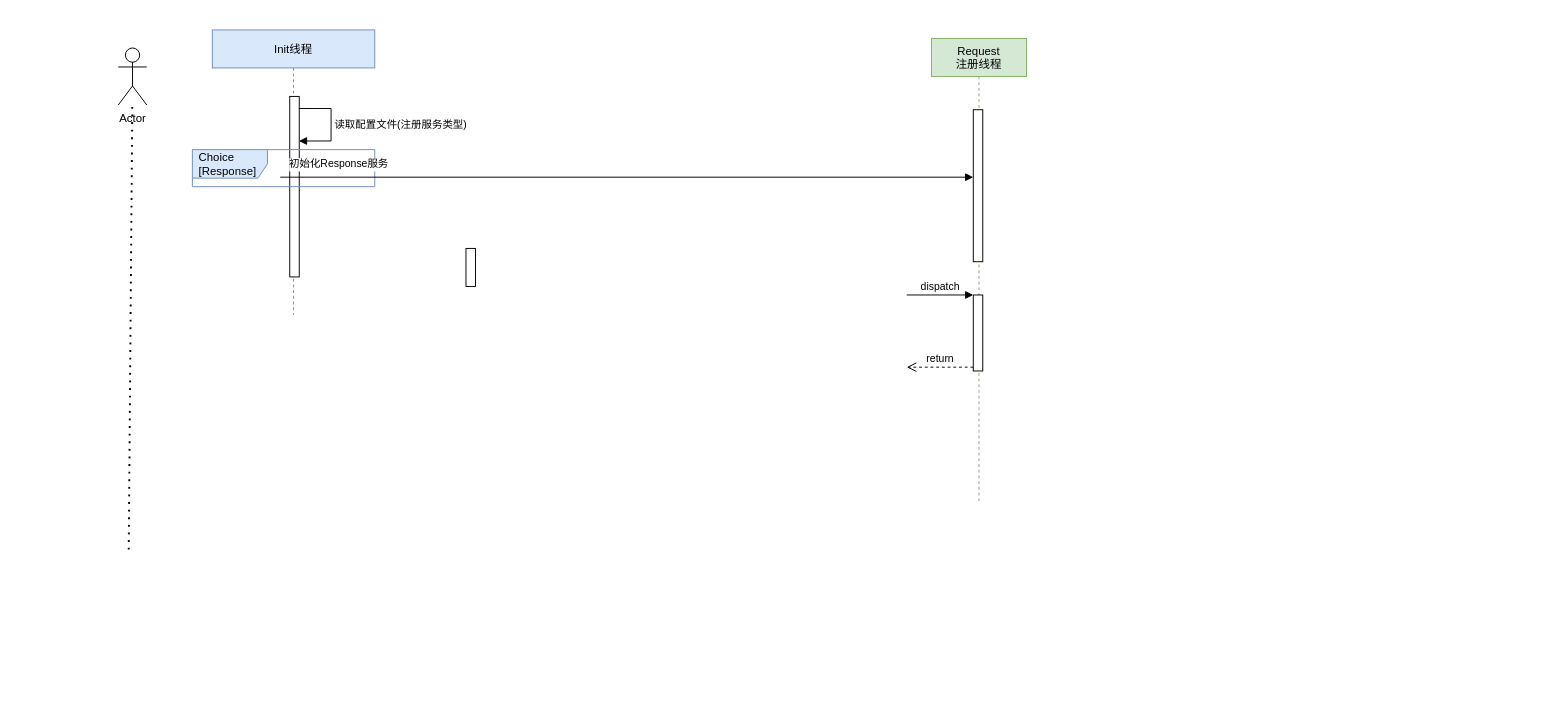
This is 未命名绘图.drawio from JinYingHang/UML, a draw.io file, before an edit. Source tidied: cells renumbered, new cells numbered last; positions are measured from the earlier drawing's top-left corner, leaving out a move shared by most shapes. Both pictures are drawn from the tidied source at 95%, with x=0, y=0 at pixel (118, 29).
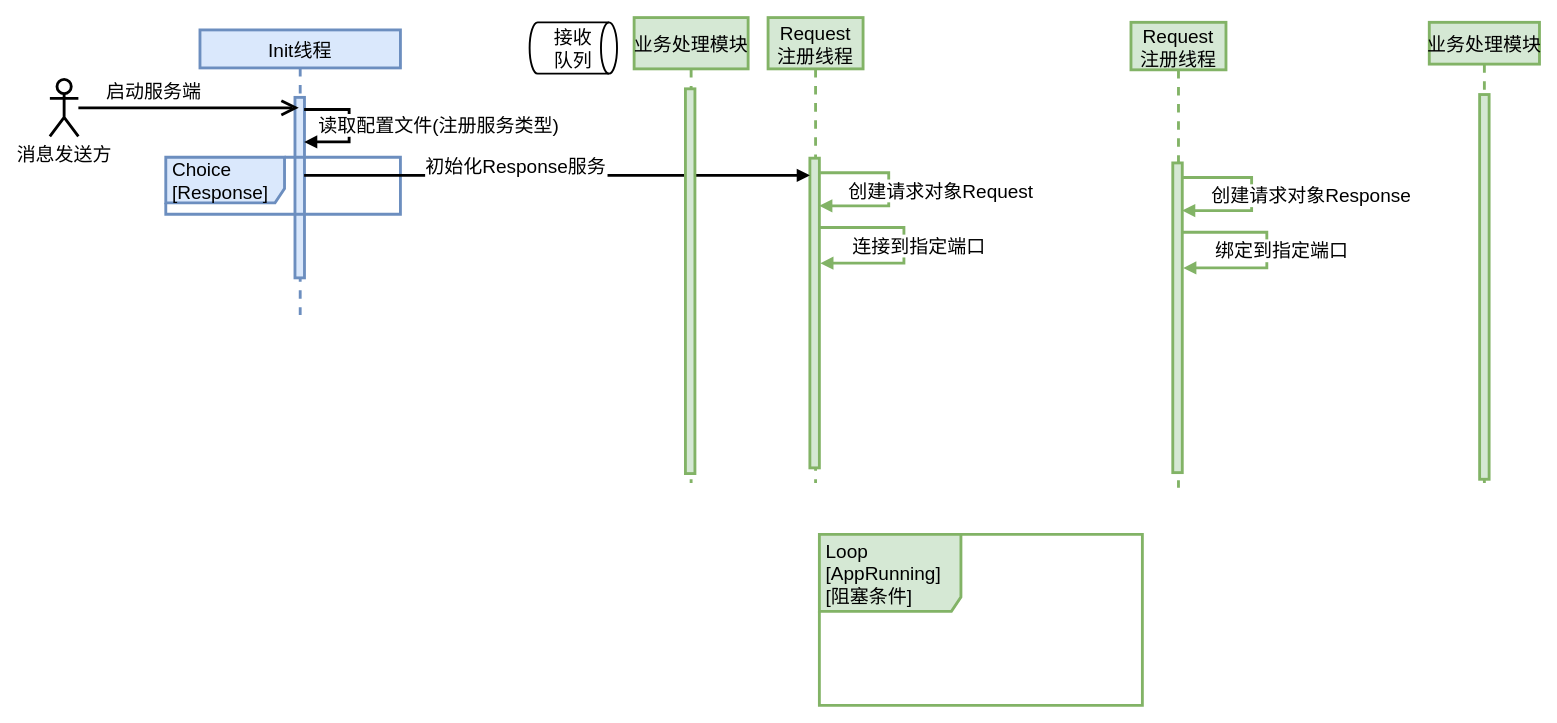
Above is the later version.

Commit message (it also covers changes not shown here):
更新未命名绘图.drawio

The edit, as a diff of the source:
```diff
@@
-    <mxCell id="2" value="Init线程" style="shape=umlLifeline;perimeter=lifelinePerimeter;rounded=0;shadow=0;strokeWidth=1;fillColor=#dae8fc;strokeColor=#6c8ebf;" parent="1" vertex="1">
-      <mxGeometry x="99" width="171" height="300" as="geometry" />
+    <mxCell id="2" value="Init线程" style="shape=umlLifeline;perimeter=lifelinePerimeter;rounded=0;shadow=0;strokeWidth=3;fillColor=#dae8fc;strokeColor=#6c8ebf;fontSize=20;" parent="1" vertex="1">
+      <mxGeometry x="86" width="211" height="300" as="geometry" />
     </mxCell>
-    <mxCell id="3" style="points=[];perimeter=orthogonalPerimeter;rounded=0;shadow=0;strokeWidth=1;" parent="2" vertex="1">
-      <mxGeometry x="81.5" y="70" width="10" height="190" as="geometry" />
+    <mxCell id="3" style="points=[];perimeter=orthogonalPerimeter;rounded=0;shadow=0;strokeWidth=3;fillColor=#dae8fc;strokeColor=#6c8ebf;fontSize=20;" parent="2" vertex="1">
+      <mxGeometry x="100" y="71" width="10" height="190" as="geometry" />
     </mxCell>
-    <mxCell id="4" value="读取配置文件(注册服务类型)" style="edgeStyle=orthogonalEdgeStyle;html=1;align=left;spacingLeft=2;endArrow=block;rounded=0;exitX=0.964;exitY=0.067;exitDx=0;exitDy=0;exitPerimeter=0;entryX=0.964;entryY=0.247;entryDx=0;entryDy=0;entryPerimeter=0;" parent="2" edge="1" source="3" target="3">
-      <mxGeometry relative="1" as="geometry">
+    <mxCell id="4" value="读取配置文件(注册服务类型)" style="edgeStyle=orthogonalEdgeStyle;html=1;align=left;spacingLeft=2;endArrow=block;rounded=0;exitX=0.964;exitY=0.067;exitDx=0;exitDy=0;exitPerimeter=0;entryX=0.964;entryY=0.247;entryDx=0;entryDy=0;entryPerimeter=0;strokeWidth=3;fontSize=20;" parent="2" edge="1" source="3" target="3">
+      <mxGeometry x="-0.82" y="-16" relative="1" as="geometry">
         <Array as="points">
-          <mxPoint x="125" y="83" />
-          <mxPoint x="125" y="117" />
+          <mxPoint x="157" y="84" />
+          <mxPoint x="157" y="118" />
         </Array>
+        <mxPoint x="-1" as="offset" />
       </mxGeometry>
     </mxCell>
-    <mxCell id="5" value="Choice&lt;br&gt;[Response]" style="shape=umlFrame;whiteSpace=wrap;html=1;width=79;height=30;boundedLbl=1;verticalAlign=middle;align=left;spacingLeft=5;rounded=0;shadow=0;glass=0;sketch=0;fillColor=#dae8fc;strokeColor=#6c8ebf;" parent="2" vertex="1">
-      <mxGeometry x="-21" y="126" width="192" height="39" as="geometry" />
+    <mxCell id="5" value="Choice&lt;br style=&quot;font-size: 20px;&quot;&gt;[Response]" style="shape=umlFrame;whiteSpace=wrap;html=1;width=125;height=48;boundedLbl=1;verticalAlign=middle;align=left;spacingLeft=5;rounded=0;shadow=0;glass=0;sketch=0;fillColor=#dae8fc;strokeColor=#6c8ebf;strokeWidth=3;fontSize=20;" parent="2" vertex="1">
+      <mxGeometry x="-36" y="134" width="247" height="60" as="geometry" />
     </mxCell>
-    <mxCell id="6" value="Request&#10;注册线程" style="shape=umlLifeline;perimeter=lifelinePerimeter;rounded=0;shadow=0;strokeWidth=1;fillColor=#d5e8d4;strokeColor=#82b366;glass=0;sketch=0;" parent="1" vertex="1">
-      <mxGeometry x="856" y="9" width="100" height="490" as="geometry" />
+    <mxCell id="6" value="Request&#10;注册线程" style="shape=umlLifeline;perimeter=lifelinePerimeter;rounded=0;shadow=0;strokeWidth=3;fillColor=#d5e8d4;strokeColor=#82b366;glass=0;sketch=0;fontSize=20;size=54;" parent="1" vertex="1">
+      <mxGeometry x="684" y="-13" width="100" height="490" as="geometry" />
     </mxCell>
-    <mxCell id="7" style="points=[];perimeter=orthogonalPerimeter;rounded=0;shadow=0;strokeWidth=1;" parent="6" vertex="1">
-      <mxGeometry x="44" y="75" width="10" height="160" as="geometry" />
+    <mxCell id="7" style="points=[];perimeter=orthogonalPerimeter;rounded=0;shadow=0;strokeWidth=3;fillColor=#d5e8d4;strokeColor=#82b366;fontSize=20;" parent="6" vertex="1">
+      <mxGeometry x="44" y="148" width="10" height="326" as="geometry" />
     </mxCell>
-    <mxCell id="8" style="html=1;points=[];perimeter=orthogonalPerimeter;" parent="6" vertex="1">
-      <mxGeometry x="44" y="270" width="10" height="80" as="geometry" />
-    </mxCell>
-    <mxCell id="9" value="dispatch" style="html=1;verticalAlign=bottom;endArrow=block;entryX=0;entryY=0;rounded=0;" parent="6" edge="1" target="8">
-      <mxGeometry relative="1" as="geometry">
-        <mxPoint x="-26" y="270" as="sourcePoint" />
-      </mxGeometry>
-    </mxCell>
-    <mxCell id="10" value="return" style="html=1;verticalAlign=bottom;endArrow=open;dashed=1;endSize=8;exitX=0;exitY=0.95;rounded=0;" parent="6" edge="1" source="8">
-      <mxGeometry relative="1" as="geometry">
-        <mxPoint x="-26" y="346" as="targetPoint" />
-      </mxGeometry>
-    </mxCell>
+    <mxCell id="15" value="创建请求对象Request" style="edgeStyle=orthogonalEdgeStyle;html=1;align=left;spacingLeft=2;endArrow=block;rounded=0;exitX=1.081;exitY=0.047;exitDx=0;exitDy=0;exitPerimeter=0;entryX=0.985;entryY=0.154;entryDx=0;entryDy=0;entryPerimeter=0;fillColor=#d5e8d4;strokeColor=#82b366;strokeWidth=3;fontSize=20;" parent="6" edge="1" source="7" target="7">
+      <mxGeometry x="0.7" y="-16" relative="1" as="geometry">
+        <Array as="points">
+          <mxPoint x="127" y="163" />
+          <mxPoint x="127" y="198" />
+        </Array>
+      </mxGeometry>
+    </mxCell>
+    <mxCell id="16" value="连接到指定端口" style="edgeStyle=orthogonalEdgeStyle;html=1;align=left;spacingLeft=2;endArrow=block;rounded=0;fillColor=#d5e8d4;strokeColor=#82b366;strokeWidth=3;exitX=1.071;exitY=0.224;exitDx=0;exitDy=0;exitPerimeter=0;entryX=1.1;entryY=0.339;entryDx=0;entryDy=0;entryPerimeter=0;fontSize=20;" parent="6" edge="1" source="7" target="7">
+      <mxGeometry x="0.72" y="-19" relative="1" as="geometry">
+        <Array as="points">
+          <mxPoint x="143" y="221" />
+          <mxPoint x="143" y="259" />
+        </Array>
+      </mxGeometry>
+    </mxCell>
-    <mxCell id="11" value="初始化Response服务" style="verticalAlign=bottom;endArrow=block;entryX=0;entryY=0;shadow=0;strokeWidth=1;" parent="1" edge="1">
-      <mxGeometry x="-0.83" y="5" relative="1" as="geometry">
-        <mxPoint x="170.5" y="155" as="sourcePoint" />
-        <mxPoint x="900" y="155" as="targetPoint" />
+    <mxCell id="11" value="初始化Response服务" style="verticalAlign=bottom;endArrow=block;shadow=0;strokeWidth=3;exitX=0.963;exitY=0.432;exitDx=0;exitDy=0;exitPerimeter=0;fontSize=20;" parent="1" edge="1" source="3" target="7">
+      <mxGeometry x="-0.16" y="-3" relative="1" as="geometry">
+        <mxPoint x="-1" as="offset" />
       </mxGeometry>
     </mxCell>
-    <mxCell id="12" value="Actor" style="shape=umlActor;verticalLabelPosition=bottom;verticalAlign=top;html=1;rounded=0;shadow=0;glass=0;sketch=0;" parent="1" vertex="1">
-      <mxGeometry y="19" width="30" height="60" as="geometry" />
+    <mxCell id="12" value="消息发送方" style="shape=umlActor;verticalLabelPosition=bottom;verticalAlign=top;html=1;rounded=0;shadow=0;glass=0;sketch=0;strokeWidth=3;fontSize=20;" parent="1" vertex="1">
+      <mxGeometry x="-72" y="52" width="30" height="60" as="geometry" />
     </mxCell>
-    <mxCell id="13" style="endArrow=none;dashed=1;html=1;dashPattern=1 3;strokeWidth=2;rounded=0;" parent="1" edge="1" target="12">
-      <mxGeometry relative="1" as="geometry">
-        <mxPoint x="11" y="547" as="sourcePoint" />
-      </mxGeometry>
-    </mxCell>
-    <mxCell id="14" style="html=1;perimeter=orthogonalPerimeter;rounded=0;shadow=0;glass=0;sketch=0;" parent="1" vertex="1">
-      <mxGeometry x="366" y="230" width="10" height="40" as="geometry" />
-    </mxCell>
+    <mxCell id="17" style="endArrow=open;endFill=1;endSize=12;html=1;rounded=0;strokeWidth=3;fontSize=20;" parent="1" edge="1" source="12" target="2">
+      <mxGeometry relative="1" as="geometry" />
+    </mxCell>
+    <mxCell id="18" value="启动服务端" style="text;html=1;align=center;verticalAlign=middle;strokeColor=none;fillColor=none;strokeWidth=3;fontSize=20;" parent="1" vertex="1">
+      <mxGeometry x="-22" y="46" width="118" height="36" as="geometry" />
+    </mxCell>
+    <mxCell id="19" value="业务处理模块" style="shape=umlLifeline;perimeter=lifelinePerimeter;rounded=0;shadow=0;strokeWidth=3;fillColor=#d5e8d4;strokeColor=#82b366;glass=0;sketch=0;fontSize=20;size=54;" parent="1" vertex="1">
+      <mxGeometry x="543" y="-13" width="120" height="490" as="geometry" />
+    </mxCell>
+    <mxCell id="20" style="perimeter=orthogonalPerimeter;rounded=0;shadow=0;strokeWidth=3;fillColor=#d5e8d4;strokeColor=#82b366;fontSize=20;" parent="19" vertex="1">
+      <mxGeometry x="54" y="75" width="10" height="405" as="geometry" />
+    </mxCell>
+    <mxCell id="21" value="接收&lt;br&gt;队列" style="strokeWidth=2;html=1;shape=mxgraph.flowchart.direct_data;whiteSpace=wrap;rounded=0;shadow=0;glass=0;sketch=0;fontSize=20;" parent="1" vertex="1">
+      <mxGeometry x="433" y="-8" width="92" height="54" as="geometry" />
+    </mxCell>
+    <mxCell id="22" value="Request&#10;注册线程" style="shape=umlLifeline;perimeter=lifelinePerimeter;rounded=0;shadow=0;strokeWidth=3;fillColor=#d5e8d4;strokeColor=#82b366;glass=0;sketch=0;fontSize=20;size=50;" parent="1" vertex="1">
+      <mxGeometry x="1066" y="-8" width="100" height="490" as="geometry" />
+    </mxCell>
+    <mxCell id="23" style="points=[];perimeter=orthogonalPerimeter;rounded=0;shadow=0;strokeWidth=3;fillColor=#d5e8d4;strokeColor=#82b366;fontSize=20;" parent="22" vertex="1">
+      <mxGeometry x="44" y="148" width="10" height="326" as="geometry" />
+    </mxCell>
+    <mxCell id="24" value="创建请求对象Response" style="edgeStyle=orthogonalEdgeStyle;html=1;align=left;spacingLeft=2;endArrow=block;rounded=0;exitX=1.081;exitY=0.047;exitDx=0;exitDy=0;exitPerimeter=0;entryX=0.985;entryY=0.154;entryDx=0;entryDy=0;entryPerimeter=0;fillColor=#d5e8d4;strokeColor=#82b366;strokeWidth=3;fontSize=20;" parent="22" edge="1" source="23" target="23">
+      <mxGeometry x="0.7" y="-16" relative="1" as="geometry">
+        <Array as="points">
+          <mxPoint x="127" y="163" />
+          <mxPoint x="127" y="198" />
+        </Array>
+      </mxGeometry>
+    </mxCell>
+    <mxCell id="25" value="绑定到指定端口" style="edgeStyle=orthogonalEdgeStyle;html=1;align=left;spacingLeft=2;endArrow=block;rounded=0;fillColor=#d5e8d4;strokeColor=#82b366;strokeWidth=3;exitX=1.071;exitY=0.224;exitDx=0;exitDy=0;exitPerimeter=0;entryX=1.1;entryY=0.339;entryDx=0;entryDy=0;entryPerimeter=0;fontSize=20;" parent="22" edge="1" source="23" target="23">
+      <mxGeometry x="0.72" y="-19" relative="1" as="geometry">
+        <Array as="points">
+          <mxPoint x="143" y="221" />
+          <mxPoint x="143" y="259" />
+        </Array>
+      </mxGeometry>
+    </mxCell>
+    <mxCell id="26" value="业务处理模块" style="shape=umlLifeline;perimeter=lifelinePerimeter;rounded=0;shadow=0;strokeWidth=3;fillColor=#d5e8d4;strokeColor=#82b366;glass=0;sketch=0;fontSize=20;size=44;" parent="1" vertex="1">
+      <mxGeometry x="1380" y="-8" width="116" height="490" as="geometry" />
+    </mxCell>
+    <mxCell id="27" style="perimeter=orthogonalPerimeter;rounded=0;shadow=0;strokeWidth=3;fillColor=#d5e8d4;strokeColor=#82b366;fontSize=20;" parent="26" vertex="1">
+      <mxGeometry x="53" y="76" width="10" height="405" as="geometry" />
+    </mxCell>
+    <mxCell id="28" value="Loop&lt;br&gt;[AppRunning]&lt;br&gt;[阻塞条件]" style="shape=umlFrame;whiteSpace=wrap;html=1;width=149;height=81;boundedLbl=1;verticalAlign=middle;align=left;spacingLeft=5;rounded=0;shadow=0;glass=0;sketch=0;fontSize=20;strokeWidth=3;fillColor=#d5e8d4;strokeColor=#82b366;" parent="1" vertex="1">
+      <mxGeometry x="738" y="531" width="340" height="180" as="geometry" />
+    </mxCell>
```
